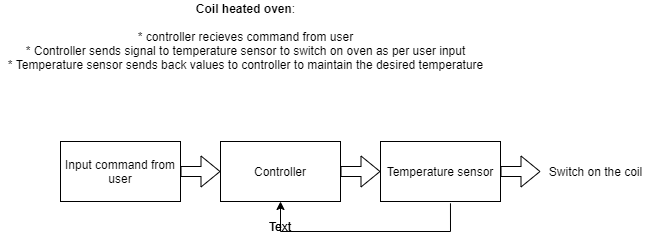
This is assignment1/embedded_device_example.png from shilpamohankumar/embsys310, a draw.io export, as it was before one commit. Source tidied: cells renumbered, new cells last; positions are measured from the earlier drawing's top-left corner, leaving out a move shared by most shapes. The source it was exported from:
```xml
<mxGraphModel>
  <root>
    <mxCell id="0" />
    <mxCell id="1" parent="0" />
    <mxCell id="2" value="Input command from user" style="rounded=0;whiteSpace=wrap;html=1;" parent="1" vertex="1">
      <mxGeometry x="60" y="140" width="120" height="60" as="geometry" />
    </mxCell>
    <mxCell id="3" value="Controller" style="rounded=0;whiteSpace=wrap;html=1;" parent="1" vertex="1">
      <mxGeometry x="220" y="140" width="120" height="60" as="geometry" />
    </mxCell>
    <mxCell id="4" value="Temperature sensor" style="rounded=0;whiteSpace=wrap;html=1;" parent="1" vertex="1">
      <mxGeometry x="380" y="140" width="120" height="60" as="geometry" />
    </mxCell>
    <mxCell id="5" style="endArrow=classic;html=1;rounded=0;entryX=0.5;entryY=1;entryDx=0;entryDy=0;" parent="1" edge="1" target="3">
      <mxGeometry relative="1" as="geometry">
        <mxPoint x="450" y="230" as="sourcePoint" />
        <Array as="points">
          <mxPoint x="280" y="230" />
        </Array>
      </mxGeometry>
    </mxCell>
    <mxCell id="6" style="endArrow=none;html=1;rounded=0;entryX=0.583;entryY=1.03;entryDx=0;entryDy=0;entryPerimeter=0;" parent="1" edge="1" target="4">
      <mxGeometry relative="1" as="geometry">
        <mxPoint x="450" y="230" as="sourcePoint" />
      </mxGeometry>
    </mxCell>
    <mxCell id="7" style="shape=flexArrow;endArrow=classic;html=1;rounded=0;exitX=1;exitY=0.5;exitDx=0;exitDy=0;entryX=0;entryY=0.5;entryDx=0;entryDy=0;" parent="1" edge="1" source="2" target="3">
      <mxGeometry relative="1" as="geometry" />
    </mxCell>
    <mxCell id="8" style="shape=flexArrow;endArrow=classic;html=1;rounded=0;entryX=0;entryY=0.5;entryDx=0;entryDy=0;exitX=1;exitY=0.5;exitDx=0;exitDy=0;" parent="1" edge="1" source="3" target="4">
      <mxGeometry relative="1" as="geometry" />
    </mxCell>
    <mxCell id="9" style="shape=flexArrow;endArrow=classic;html=1;rounded=0;exitX=1;exitY=0.5;exitDx=0;exitDy=0;" parent="1" edge="1" source="4">
      <mxGeometry relative="1" as="geometry">
        <mxPoint x="540" y="170" as="targetPoint" />
      </mxGeometry>
    </mxCell>
    <mxCell id="10" value="Switch on the coil" style="text;html=1;align=center;verticalAlign=middle;strokeColor=none;fillColor=none;" parent="1" vertex="1">
      <mxGeometry x="540" y="160" width="110" height="20" as="geometry" />
    </mxCell>
    <mxCell id="11" value="Text" style="text;html=1;strokeColor=none;fillColor=none;align=center;verticalAlign=middle;whiteSpace=wrap;rounded=0;" parent="1" vertex="1">
      <mxGeometry x="250" y="210" width="60" height="30" as="geometry" />
    </mxCell>
    <mxCell id="12" value="Text" style="text;html=1;strokeColor=none;fillColor=none;align=center;verticalAlign=middle;whiteSpace=wrap;rounded=0;" parent="1" vertex="1">
      <mxGeometry x="250" y="210" width="60" height="30" as="geometry" />
    </mxCell>
    <mxCell id="13" value="&lt;div&gt;&lt;b&gt;&lt;font style=&quot;font-size: 12px&quot;&gt;Coil heated oven&lt;/font&gt;&lt;/b&gt;:&lt;/div&gt;&lt;div&gt;&lt;br&gt;&lt;/div&gt;&lt;div&gt;*&lt;span&gt;&#9;&lt;/span&gt;controller recieves command from user&lt;/div&gt;&lt;div&gt;*&lt;span&gt;&#9;&lt;/span&gt;Controller sends signal to temperature sensor to switch on oven as per user input&lt;/div&gt;&lt;div&gt;*&lt;span&gt;&#9;&lt;/span&gt;Temperature sensor sends back values to controller to maintain the desired temperature&lt;/div&gt;" style="text;html=1;align=center;verticalAlign=middle;strokeColor=none;fillColor=none;" parent="1" vertex="1">
      <mxGeometry width="490" height="70" as="geometry" />
    </mxCell>
  </root>
</mxGraphModel>
```
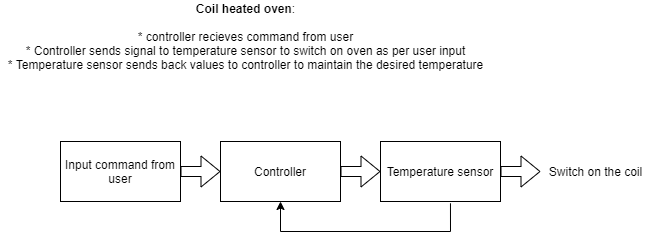
After the commit.

The edit, as a diff of the source:
```diff
@@ -38,12 +38,6 @@
     <mxCell id="10" value="Switch on the coil" style="text;html=1;align=center;verticalAlign=middle;strokeColor=none;fillColor=none;" parent="1" vertex="1">
       <mxGeometry x="540" y="160" width="110" height="20" as="geometry" />
     </mxCell>
-    <mxCell id="11" value="Text" style="text;html=1;strokeColor=none;fillColor=none;align=center;verticalAlign=middle;whiteSpace=wrap;rounded=0;" parent="1" vertex="1">
-      <mxGeometry x="250" y="210" width="60" height="30" as="geometry" />
-    </mxCell>
-    <mxCell id="12" value="Text" style="text;html=1;strokeColor=none;fillColor=none;align=center;verticalAlign=middle;whiteSpace=wrap;rounded=0;" parent="1" vertex="1">
-      <mxGeometry x="250" y="210" width="60" height="30" as="geometry" />
-    </mxCell>
     <mxCell id="13" value="&lt;div&gt;&lt;b&gt;&lt;font style=&quot;font-size: 12px&quot;&gt;Coil heated oven&lt;/font&gt;&lt;/b&gt;:&lt;/div&gt;&lt;div&gt;&lt;br&gt;&lt;/div&gt;&lt;div&gt;*&lt;span&gt;&#9;&lt;/span&gt;controller recieves command from user&lt;/div&gt;&lt;div&gt;*&lt;span&gt;&#9;&lt;/span&gt;Controller sends signal to temperature sensor to switch on oven as per user input&lt;/div&gt;&lt;div&gt;*&lt;span&gt;&#9;&lt;/span&gt;Temperature sensor sends back values to controller to maintain the desired temperature&lt;/div&gt;" style="text;html=1;align=center;verticalAlign=middle;strokeColor=none;fillColor=none;" parent="1" vertex="1">
       <mxGeometry width="490" height="70" as="geometry" />
     </mxCell>
```
